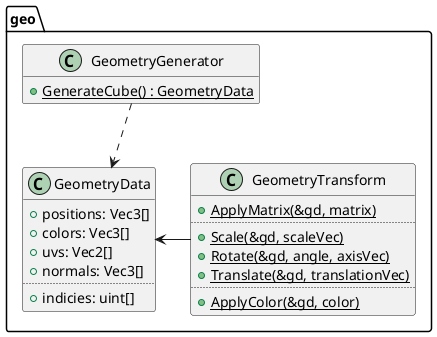
ba6er/marblemaze keeps this PlantUML diagram as design/shapes.png. Above is the earlier version.
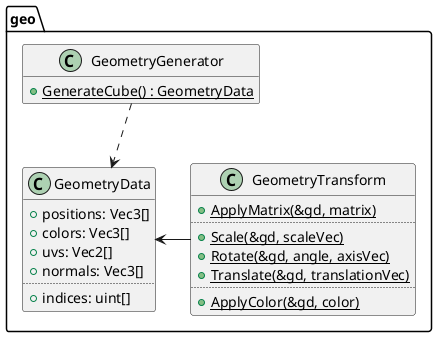
The same diagram one commit later.

Commit message:
Fixed typo in GeometryData::indicies to indices

What changed in the source:
```diff
@@ -7,7 +7,7 @@
 	+uvs: Vec2[]
 	+normals: Vec3[]
 	..
-	+indicies: uint[]
+	+indices: uint[]
 }
 hide GeometryData methods
 
```
